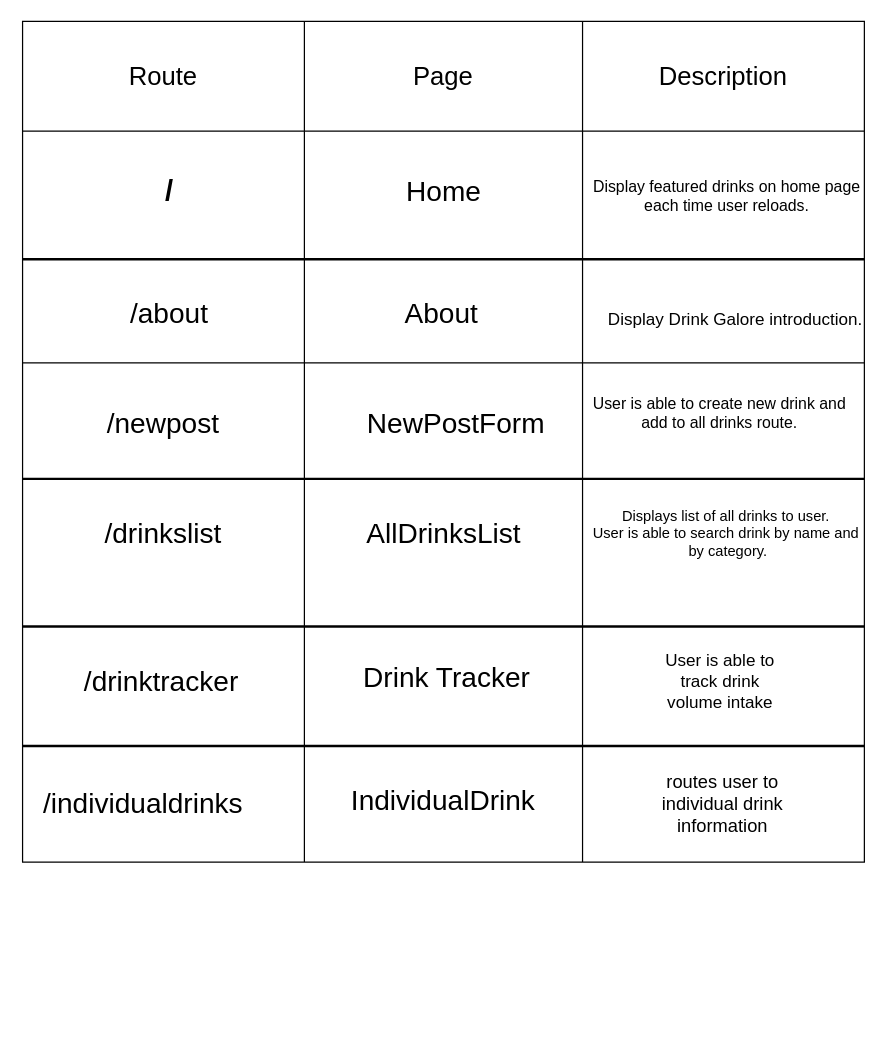
Above: planning/routes.drawio in scmh001/react-hooks-phase-2-project (draw.io), before the change. Source tidied: cells renumbered, new cells numbered last; positions are measured from the earlier drawing's top-left corner, leaving out a move shared by most shapes. Both pictures are drawn from the tidied source at 122%, with x=0, y=0 at pixel (22, 21).
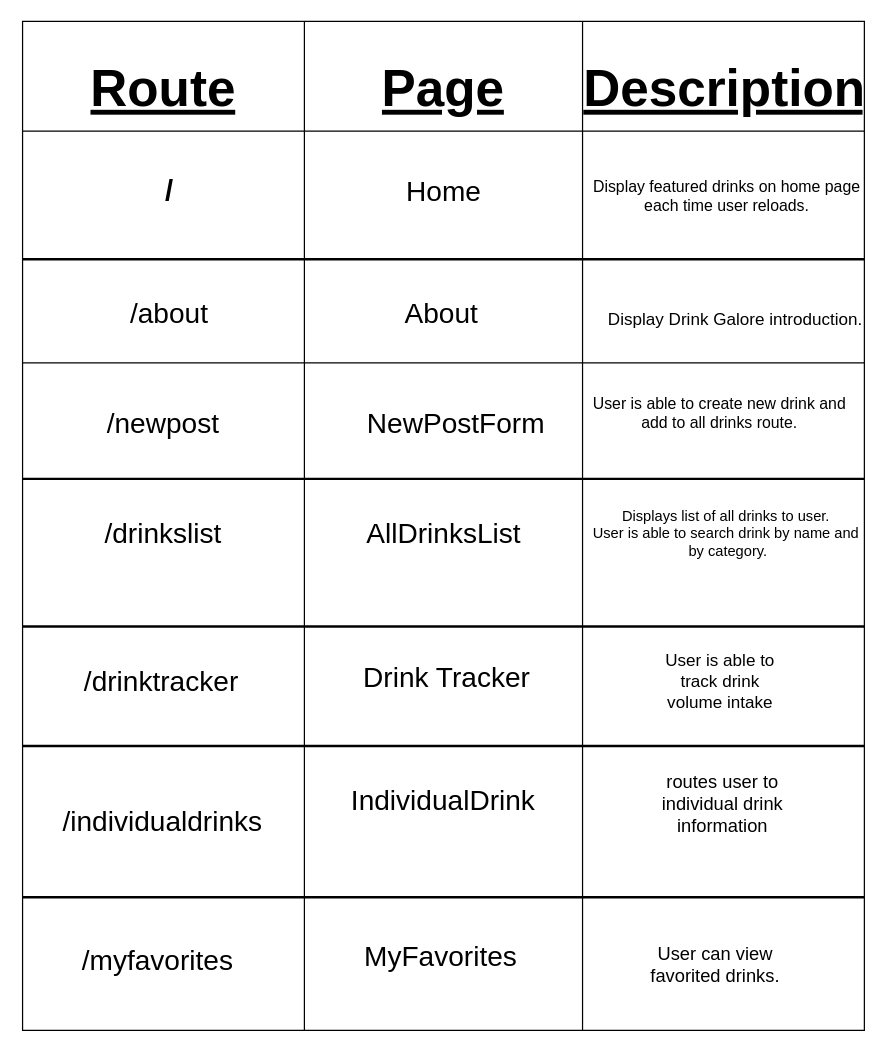
After the change.

Unchanged cells that the change refers to:
```xml
<mxCell id="3" style="shape=tableRow;horizontal=0;startSize=0;swimlaneHead=0;swimlaneBody=0;top=0;left=0;bottom=0;right=0;fillColor=none;" parent="2" vertex="1">
  <mxGeometry width="690" height="90" as="geometry" />
</mxCell>
```

What changed in the source:
```diff
@@
     <mxCell id="2" style="shape=table;html=1;whiteSpace=wrap;startSize=0;childLayout=tableLayout;fontSize=21;" parent="1" vertex="1">
-      <mxGeometry width="690" height="689.2" as="geometry" />
+      <mxGeometry width="690" height="827" as="geometry" />
     </mxCell>
@@
-    <mxCell id="4" value="Route" style="shape=partialRectangle;html=1;whiteSpace=wrap;fillColor=none;top=0;left=0;bottom=0;right=0;overflow=hidden;fontSize=21;" parent="3" vertex="1">
+    <mxCell id="4" value="&lt;h1&gt;&lt;u&gt;&lt;b&gt;Route&lt;/b&gt;&lt;/u&gt;&lt;/h1&gt;" style="shape=partialRectangle;html=1;whiteSpace=wrap;fillColor=none;top=0;left=0;bottom=0;right=0;overflow=hidden;fontSize=21;" parent="3" vertex="1">
       <mxGeometry width="231" height="90" as="geometry" />
     </mxCell>
-    <mxCell id="5" value="Page" style="shape=partialRectangle;html=1;whiteSpace=wrap;fillColor=none;top=0;left=0;bottom=0;right=0;overflow=hidden;fontSize=21;" parent="3" vertex="1">
+    <mxCell id="5" value="&lt;h1&gt;&lt;u&gt;&lt;b&gt;Page&lt;/b&gt;&lt;/u&gt;&lt;/h1&gt;" style="shape=partialRectangle;html=1;whiteSpace=wrap;fillColor=none;top=0;left=0;bottom=0;right=0;overflow=hidden;fontSize=21;" parent="3" vertex="1">
       <mxGeometry x="231" width="228" height="90" as="geometry" />
     </mxCell>
-    <mxCell id="6" value="Description" style="shape=partialRectangle;html=1;whiteSpace=wrap;fillColor=none;top=0;left=0;bottom=0;right=0;overflow=hidden;fontSize=21;" parent="3" vertex="1">
+    <mxCell id="6" value="&lt;h1&gt;&lt;u&gt;&lt;b&gt;Description&lt;/b&gt;&lt;/u&gt;&lt;/h1&gt;" style="shape=partialRectangle;html=1;whiteSpace=wrap;fillColor=none;top=0;left=0;bottom=0;right=0;overflow=hidden;fontSize=21;" parent="3" vertex="1">
       <mxGeometry x="459" width="231" height="90" as="geometry" />
     </mxCell>
@@
     <mxCell id="11" style="shape=tableRow;horizontal=0;startSize=0;swimlaneHead=0;swimlaneBody=0;top=0;left=0;bottom=0;right=0;fillColor=none;" parent="2" vertex="1">
-      <mxGeometry y="280" width="690" height="409" as="geometry" />
+      <mxGeometry y="280" width="690" height="547" as="geometry" />
     </mxCell>
     <mxCell id="12" style="shape=partialRectangle;html=1;whiteSpace=wrap;fillColor=none;top=0;left=0;bottom=0;right=0;overflow=hidden;" parent="11" vertex="1">
-      <mxGeometry width="231" height="409" as="geometry" />
+      <mxGeometry width="231" height="547" as="geometry" />
     </mxCell>
     <mxCell id="13" style="shape=partialRectangle;html=1;whiteSpace=wrap;fillColor=none;top=0;left=0;bottom=0;right=0;overflow=hidden;" parent="11" vertex="1">
-      <mxGeometry x="231" width="228" height="409" as="geometry" />
+      <mxGeometry x="231" width="228" height="547" as="geometry" />
     </mxCell>
     <mxCell id="14" style="shape=partialRectangle;html=1;whiteSpace=wrap;fillColor=none;top=0;left=0;bottom=0;right=0;overflow=hidden;" parent="11" vertex="1">
-      <mxGeometry x="459" width="231" height="409" as="geometry" />
+      <mxGeometry x="459" width="231" height="547" as="geometry" />
     </mxCell>
@@
     <mxCell id="34" value="&lt;span style=&quot;font-size: 23px;&quot;&gt;/individualdrinks&lt;/span&gt;" style="text;html=1;strokeColor=none;fillColor=none;align=center;verticalAlign=middle;whiteSpace=wrap;rounded=0;" parent="1" vertex="1">
-      <mxGeometry x="28" y="612" width="142" height="58" as="geometry" />
+      <mxGeometry x="44" y="627" width="142" height="58" as="geometry" />
     </mxCell>
@@
+    <mxCell id="37" style="line;strokeWidth=2;html=1;" parent="1" vertex="1">
+      <mxGeometry y="713" width="690" height="10" as="geometry" />
+    </mxCell>
+    <mxCell id="38" value="&lt;span style=&quot;font-size: 23px;&quot;&gt;/myfavorites&lt;/span&gt;" style="text;html=1;strokeColor=none;fillColor=none;align=center;verticalAlign=middle;whiteSpace=wrap;rounded=0;" parent="1" vertex="1">
+      <mxGeometry x="40" y="741" width="142" height="58" as="geometry" />
+    </mxCell>
+    <mxCell id="39" value="&lt;span style=&quot;font-size: 23px;&quot;&gt;MyFavorites&lt;/span&gt;" style="text;html=1;strokeColor=none;fillColor=none;align=center;verticalAlign=middle;whiteSpace=wrap;rounded=0;" parent="1" vertex="1">
+      <mxGeometry x="272" y="738" width="142" height="58" as="geometry" />
+    </mxCell>
+    <mxCell id="40" value="&lt;span style=&quot;font-size: 15px;&quot;&gt;User can view favorited drinks.&lt;/span&gt;" style="text;html=1;strokeColor=none;fillColor=none;align=center;verticalAlign=middle;whiteSpace=wrap;rounded=0;fontSize=15;" parent="1" vertex="1">
+      <mxGeometry x="508" y="744" width="120" height="58" as="geometry" />
+    </mxCell>
```
